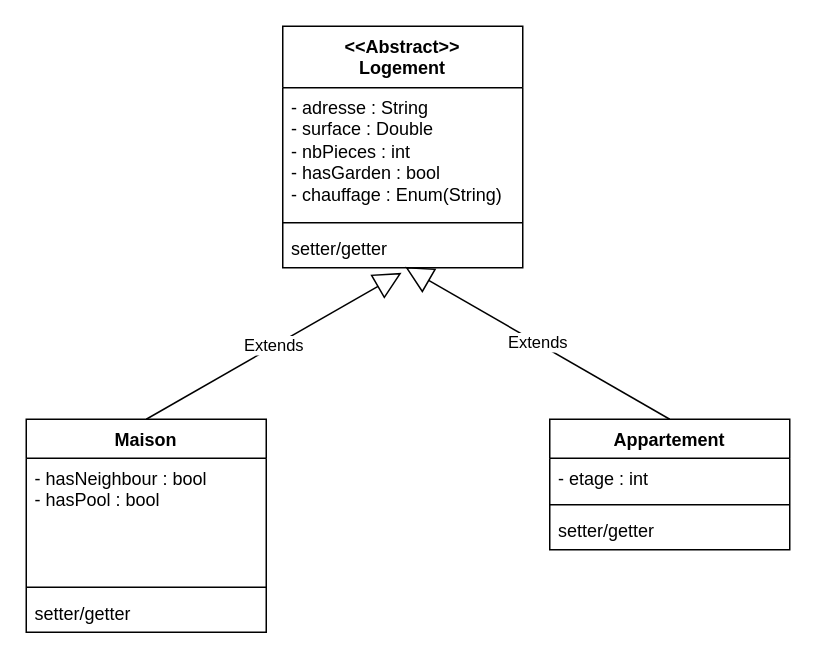
Earlier version of the draw.io diagram UML/Java_Projet.drawio (QuentinSanterne/Projet_Java_M2I). Source tidied: cells renumbered, new cells numbered last; positions are measured from the earlier drawing's top-left corner, leaving out a move shared by most shapes. Both pictures are drawn from the tidied source at 150%, with x=0, y=0 at pixel (26, 26).
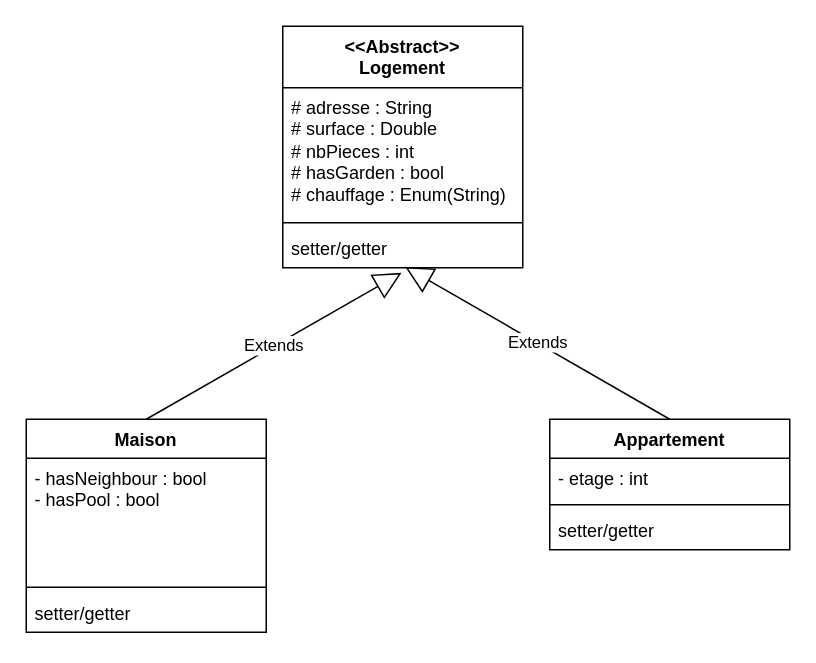
The same page after the edit.

Commit message:
Mettre à jour Java_Projet.drawio

Diff of the diagram source:
```diff
@@
 <mxGraphModel>
   <root>
     <mxCell id="0" />
     <mxCell id="1" parent="0" />
     <mxCell id="2" value="&amp;lt;&amp;lt;Abstract&amp;gt;&amp;gt;&lt;br&gt;Logement" style="swimlane;fontStyle=1;align=center;verticalAlign=top;horizontal=1;startSize=41;whiteSpace=wrap;html=1;" parent="1" vertex="1">
       <mxGeometry x="171" width="160" height="161" as="geometry" />
     </mxCell>
-    <mxCell id="3" value="- adresse : String&lt;div&gt;- surface : Double&lt;/div&gt;&lt;div&gt;- nbPieces : int&lt;/div&gt;&lt;div&gt;- hasGarden : bool&lt;/div&gt;&lt;div&gt;- chauffage : Enum(String)&lt;/div&gt;" style="text;strokeColor=none;fillColor=none;align=left;verticalAlign=top;spacingLeft=4;spacingRight=4;overflow=hidden;whiteSpace=wrap;html=1;" parent="2" vertex="1">
+    <mxCell id="3" value="# adresse : String&lt;div&gt;# surface : Double&lt;/div&gt;&lt;div&gt;# nbPieces : int&lt;/div&gt;&lt;div&gt;# hasGarden : bool&lt;/div&gt;&lt;div&gt;# chauffage : Enum(String)&lt;/div&gt;" style="text;strokeColor=none;fillColor=none;align=left;verticalAlign=top;spacingLeft=4;spacingRight=4;overflow=hidden;whiteSpace=wrap;html=1;" parent="2" vertex="1">
       <mxGeometry y="41" width="160" height="86" as="geometry" />
     </mxCell>
     <mxCell id="4" style="line;strokeWidth=1;fillColor=none;align=left;verticalAlign=middle;spacingTop=-1;spacingLeft=3;spacingRight=3;labelPosition=right;strokeColor=inherit;" parent="2" vertex="1">
       <mxGeometry y="127" width="160" height="8" as="geometry" />
     </mxCell>
     <mxCell id="5" value="setter/getter" style="text;strokeColor=none;fillColor=none;align=left;verticalAlign=top;spacingLeft=4;spacingRight=4;overflow=hidden;points=[[0,0.5],[1,0.5]];portConstraint=eastwest;whiteSpace=wrap;html=1;" parent="2" vertex="1">
       <mxGeometry y="135" width="160" height="26" as="geometry" />
     </mxCell>
     <mxCell id="6" value="Maison" style="swimlane;fontStyle=1;align=center;verticalAlign=top;horizontal=1;startSize=26;whiteSpace=wrap;html=1;" parent="1" vertex="1">
       <mxGeometry y="262" width="160" height="142" as="geometry" />
     </mxCell>
     <mxCell id="7" value="- hasNeighbour : bool&lt;div&gt;- hasPool : bool&lt;/div&gt;&lt;div&gt;&lt;br&gt;&lt;/div&gt;" style="text;strokeColor=none;fillColor=none;align=left;verticalAlign=top;spacingLeft=4;spacingRight=4;overflow=hidden;whiteSpace=wrap;html=1;" parent="6" vertex="1">
       <mxGeometry y="26" width="160" height="82" as="geometry" />
     </mxCell>
     <mxCell id="8" style="line;strokeWidth=1;fillColor=none;align=left;verticalAlign=middle;spacingTop=-1;spacingLeft=3;spacingRight=3;labelPosition=right;strokeColor=inherit;" parent="6" vertex="1">
       <mxGeometry y="108" width="160" height="8" as="geometry" />
     </mxCell>
     <mxCell id="9" value="setter/getter" style="text;strokeColor=none;fillColor=none;align=left;verticalAlign=top;spacingLeft=4;spacingRight=4;overflow=hidden;whiteSpace=wrap;html=1;" parent="6" vertex="1">
       <mxGeometry y="116" width="160" height="26" as="geometry" />
     </mxCell>
     <mxCell id="10" value="Extends" style="endArrow=block;endSize=16;endFill=0;html=1;rounded=0;exitX=0.5;exitY=0;exitDx=0;exitDy=0;entryX=0.495;entryY=1.131;entryDx=0;entryDy=0;entryPerimeter=0;" parent="1" edge="1" source="6" target="5">
       <mxGeometry relative="1" as="geometry" />
     </mxCell>
     <mxCell id="11" value="Appartement" style="swimlane;fontStyle=1;align=center;verticalAlign=top;horizontal=1;startSize=26;whiteSpace=wrap;html=1;" parent="1" vertex="1">
       <mxGeometry x="349" y="262" width="160" height="87" as="geometry" />
     </mxCell>
     <mxCell id="12" value="&lt;div&gt;- etage : int&lt;/div&gt;" style="text;strokeColor=none;fillColor=none;align=left;verticalAlign=top;spacingLeft=4;spacingRight=4;overflow=hidden;whiteSpace=wrap;html=1;" parent="11" vertex="1">
       <mxGeometry y="26" width="160" height="27" as="geometry" />
     </mxCell>
     <mxCell id="13" style="line;strokeWidth=1;fillColor=none;align=left;verticalAlign=middle;spacingTop=-1;spacingLeft=3;spacingRight=3;labelPosition=right;strokeColor=inherit;" parent="11" vertex="1">
       <mxGeometry y="53" width="160" height="8" as="geometry" />
     </mxCell>
     <mxCell id="14" value="setter/getter" style="text;strokeColor=none;fillColor=none;align=left;verticalAlign=top;spacingLeft=4;spacingRight=4;overflow=hidden;whiteSpace=wrap;html=1;" parent="11" vertex="1">
       <mxGeometry y="61" width="160" height="26" as="geometry" />
     </mxCell>
     <mxCell id="15" value="Extends" style="endArrow=block;endSize=16;endFill=0;html=1;rounded=0;exitX=0.5;exitY=0;exitDx=0;exitDy=0;entryX=0.51;entryY=0.977;entryDx=0;entryDy=0;entryPerimeter=0;" parent="1" edge="1" source="11" target="5">
       <mxGeometry relative="1" as="geometry" />
     </mxCell>
   </root>
 </mxGraphModel>
```
